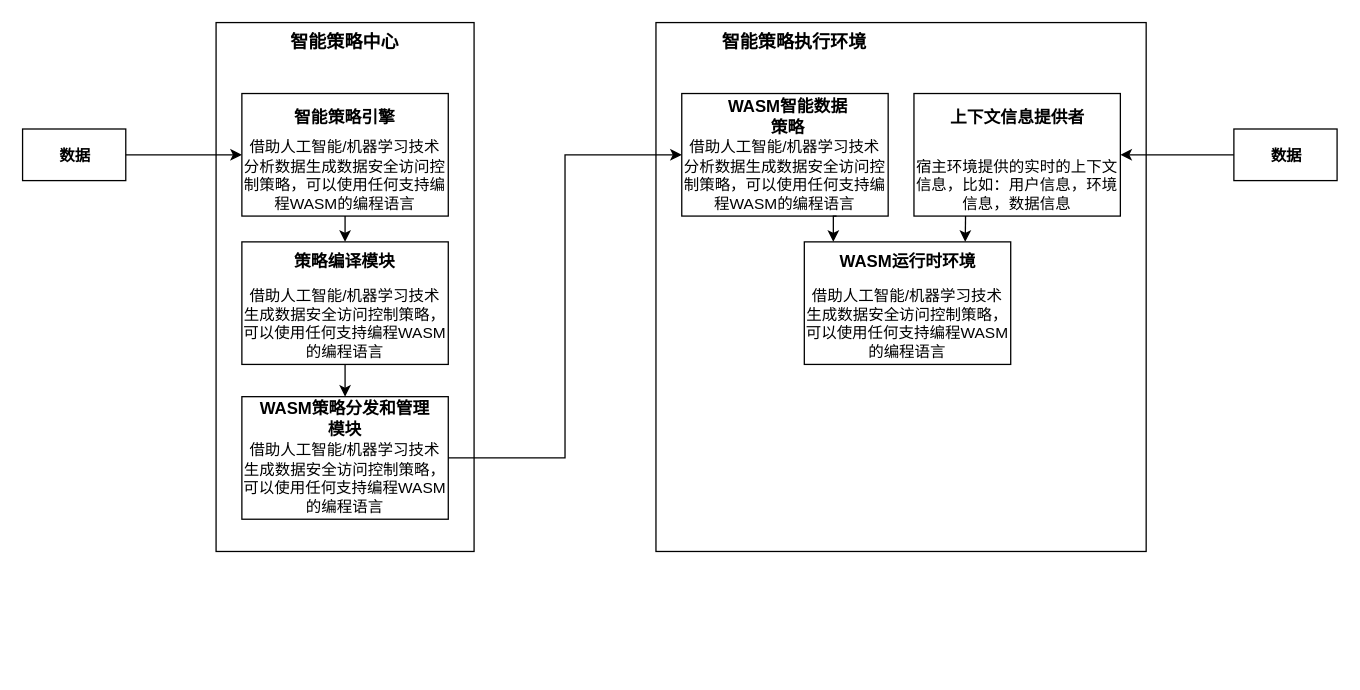
Earlier version of the draw.io diagram dhp/smart.data.policy.based.on.wasm.drawio (wenhulove333/opendhp). Source tidied: cells renumbered, new cells numbered last; positions are measured from the earlier drawing's top-left corner, leaving out a move shared by most shapes. Both pictures are drawn from the tidied source at 129%, with x=0, y=0 at pixel (22, 22).
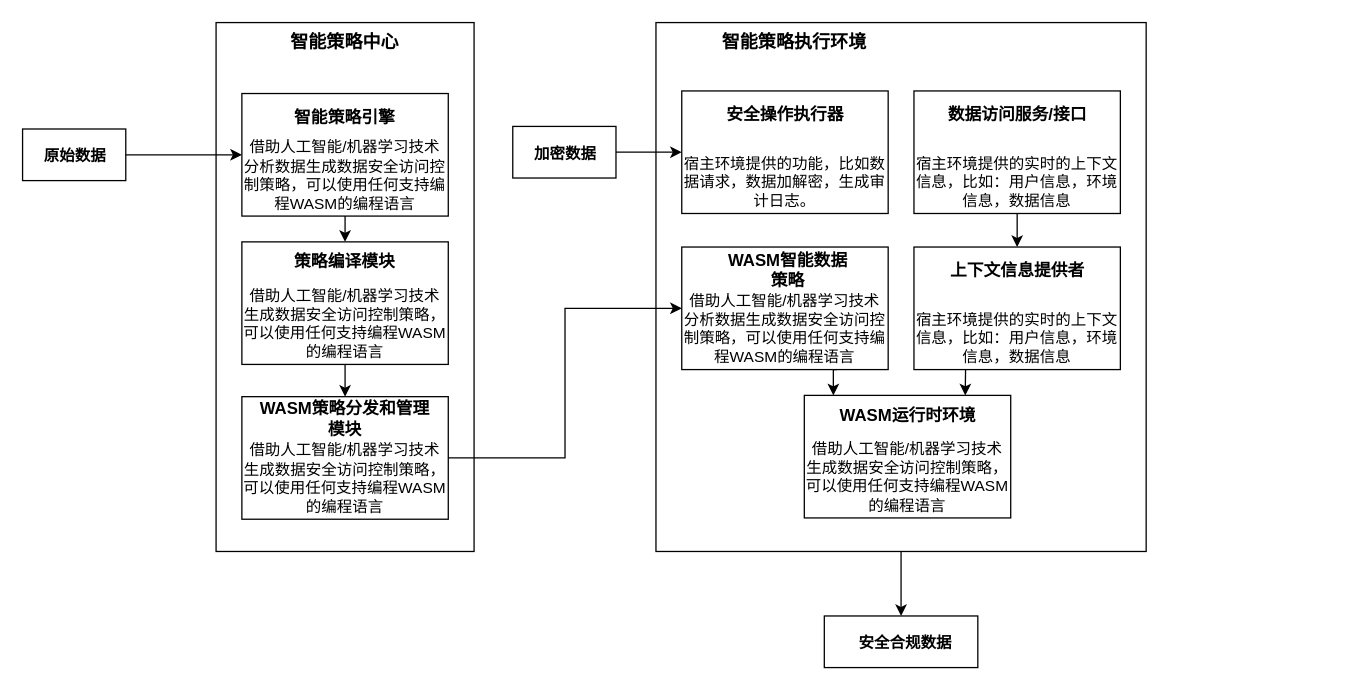
Above is the later version.

Unchanged cells that the change refers to:
```xml
<mxCell id="11" style="group;" parent="10" vertex="1">
  <mxGeometry width="80" height="40" as="geometry" />
</mxCell>
<mxCell id="17" style="rounded=0;whiteSpace=wrap;html=1;strokeWidth=1;fillColor=none;align=center;" parent="1" vertex="1">
  <mxGeometry x="491" width="380" height="410" as="geometry" />
</mxCell>
<mxCell id="29" style="group;" parent="28" vertex="1">
  <mxGeometry width="80" height="40" as="geometry" />
</mxCell>
<mxCell id="30" style="rounded=0;whiteSpace=wrap;html=1;strokeWidth=1;fillColor=none;align=center;" parent="29" vertex="1">
  <mxGeometry width="80" height="40" as="geometry" />
</mxCell>
```

What changed in the source:
```diff
@@
-    <mxCell id="13" value="&lt;b&gt;数据&lt;/b&gt;" style="text;html=1;align=center;verticalAlign=middle;whiteSpace=wrap;rounded=0;" parent="11" vertex="1">
+    <mxCell id="13" value="&lt;b&gt;原始数据&lt;/b&gt;" style="text;html=1;align=center;verticalAlign=middle;whiteSpace=wrap;rounded=0;" parent="11" vertex="1">
       <mxGeometry x="6" y="9" width="70" height="24" as="geometry" />
     </mxCell>
@@
+    <mxCell id="33" style="edgeStyle=orthogonalEdgeStyle;rounded=0;jettySize=auto;html=1;exitX=0.5;exitY=1;exitDx=0;exitDy=0;" parent="1" edge="1" source="17">
+      <mxGeometry relative="1" as="geometry">
+        <mxPoint x="681" y="460" as="targetPoint" />
+      </mxGeometry>
+    </mxCell>
@@
     <mxCell id="20" value="借助人工智能/机器学习技术分析数据生成数据安全访问控制策略，可以使用任何支持编程WASM的编程语言" style="rounded=0;whiteSpace=wrap;html=1;fillColor=none;verticalAlign=bottom;" parent="1" vertex="1">
-      <mxGeometry x="511" y="55" width="160" height="95" as="geometry" />
+      <mxGeometry x="511" y="174" width="160" height="95" as="geometry" />
     </mxCell>
     <mxCell id="21" value="&lt;font style=&quot;font-size: 13px;&quot;&gt;&lt;b style=&quot;&quot;&gt;WASM智能数据策略&lt;/b&gt;&lt;/font&gt;" style="text;html=1;align=center;verticalAlign=middle;whiteSpace=wrap;rounded=0;" parent="1" vertex="1">
-      <mxGeometry x="546" y="58" width="95" height="30" as="geometry" />
+      <mxGeometry x="546" y="177" width="95" height="30" as="geometry" />
     </mxCell>
     <mxCell id="22" value="借助人工智能/机器学习技术生成数据安全访问控制策略，可以使用任何支持编程WASM的编程语言" style="rounded=0;whiteSpace=wrap;html=1;fillColor=none;verticalAlign=bottom;" parent="1" vertex="1">
-      <mxGeometry x="606" y="170" width="160" height="95" as="geometry" />
+      <mxGeometry x="606" y="289" width="160" height="95" as="geometry" />
     </mxCell>
     <mxCell id="23" value="&lt;font style=&quot;font-size: 13px;&quot;&gt;&lt;b style=&quot;&quot;&gt;WASM运行时环境&lt;/b&gt;&lt;/font&gt;" style="text;html=1;align=center;verticalAlign=middle;whiteSpace=wrap;rounded=0;" parent="1" vertex="1">
-      <mxGeometry x="628.5" y="170" width="115" height="30" as="geometry" />
+      <mxGeometry x="628.5" y="289" width="115" height="30" as="geometry" />
     </mxCell>
@@
     <mxCell id="25" value="宿主环境提供的实时的上下文信息，比如：用户信息，环境信息，数据信息" style="rounded=0;whiteSpace=wrap;html=1;fillColor=none;verticalAlign=bottom;" parent="1" vertex="1">
-      <mxGeometry x="691" y="55" width="160" height="95" as="geometry" />
+      <mxGeometry x="691" y="174" width="160" height="95" as="geometry" />
     </mxCell>
     <mxCell id="26" value="&lt;font style=&quot;font-size: 13px;&quot;&gt;&lt;b style=&quot;&quot;&gt;上下文信息提供者&lt;/b&gt;&lt;/font&gt;" style="text;html=1;align=center;verticalAlign=middle;whiteSpace=wrap;rounded=0;" parent="1" vertex="1">
-      <mxGeometry x="713.5" y="58" width="115" height="30" as="geometry" />
+      <mxGeometry x="713.5" y="177" width="115" height="30" as="geometry" />
     </mxCell>
@@
     <mxCell id="28" style="group;" parent="1" vertex="1">
-      <mxGeometry x="939" y="82.5" width="80" height="40" as="geometry" />
+      <mxGeometry x="380" y="80.5" width="80" height="40" as="geometry" />
     </mxCell>
@@
-    <mxCell id="31" value="&lt;b&gt;数据&lt;/b&gt;" style="text;html=1;align=center;verticalAlign=middle;whiteSpace=wrap;rounded=0;" parent="29" vertex="1">
+    <mxCell id="31" value="&lt;b&gt;加密数据&lt;/b&gt;" style="text;html=1;align=center;verticalAlign=middle;whiteSpace=wrap;rounded=0;" parent="29" vertex="1">
       <mxGeometry x="6" y="9" width="70" height="24" as="geometry" />
     </mxCell>
-    <mxCell id="32" style="edgeStyle=orthogonalEdgeStyle;rounded=0;jettySize=auto;html=1;exitX=0;exitY=0.5;exitDx=0;exitDy=0;entryX=1;entryY=0.5;entryDx=0;entryDy=0;" parent="1" edge="1" source="30" target="25">
-      <mxGeometry relative="1" as="geometry" />
-    </mxCell>
+    <mxCell id="34" style="edgeStyle=orthogonalEdgeStyle;rounded=0;jettySize=auto;html=1;exitX=0.5;exitY=1;exitDx=0;exitDy=0;entryX=0.5;entryY=0;entryDx=0;entryDy=0;" parent="1" edge="1" source="35" target="25">
+      <mxGeometry relative="1" as="geometry" />
+    </mxCell>
+    <mxCell id="35" value="宿主环境提供的实时的上下文信息，比如：用户信息，环境信息，数据信息" style="rounded=0;whiteSpace=wrap;html=1;fillColor=none;verticalAlign=bottom;" parent="1" vertex="1">
+      <mxGeometry x="691" y="53" width="160" height="95" as="geometry" />
+    </mxCell>
+    <mxCell id="36" value="&lt;font style=&quot;font-size: 13px;&quot;&gt;&lt;b style=&quot;&quot;&gt;数据访问服务/接口&lt;/b&gt;&lt;/font&gt;" style="text;html=1;align=center;verticalAlign=middle;whiteSpace=wrap;rounded=0;" parent="1" vertex="1">
+      <mxGeometry x="713.5" y="56" width="115" height="30" as="geometry" />
+    </mxCell>
+    <mxCell id="37" value="宿主环境提供的功能，比如数据请求，数据加解密，生成审计日志。" style="rounded=0;whiteSpace=wrap;html=1;fillColor=none;verticalAlign=bottom;" parent="1" vertex="1">
+      <mxGeometry x="511" y="53" width="160" height="95" as="geometry" />
+    </mxCell>
+    <mxCell id="38" value="&lt;font style=&quot;font-size: 13px;&quot;&gt;&lt;b style=&quot;&quot;&gt;安全操作执行器&lt;/b&gt;&lt;/font&gt;" style="text;html=1;align=center;verticalAlign=middle;whiteSpace=wrap;rounded=0;" parent="1" vertex="1">
+      <mxGeometry x="533.5" y="56" width="115" height="30" as="geometry" />
+    </mxCell>
+    <mxCell id="39" style="edgeStyle=orthogonalEdgeStyle;rounded=0;jettySize=auto;html=1;exitX=1;exitY=0.5;exitDx=0;exitDy=0;" parent="1" edge="1" source="30" target="37">
+      <mxGeometry relative="1" as="geometry" />
+    </mxCell>
+    <mxCell id="40" style="rounded=0;whiteSpace=wrap;html=1;strokeWidth=1;fillColor=none;align=center;" parent="1" vertex="1">
+      <mxGeometry x="621.5" y="460" width="119" height="40" as="geometry" />
+    </mxCell>
+    <mxCell id="41" value="&lt;b&gt;安全合规数据&lt;/b&gt;" style="text;html=1;align=center;verticalAlign=middle;whiteSpace=wrap;rounded=0;" parent="1" vertex="1">
+      <mxGeometry x="627.5" y="469" width="113" height="24" as="geometry" />
+    </mxCell>
```
